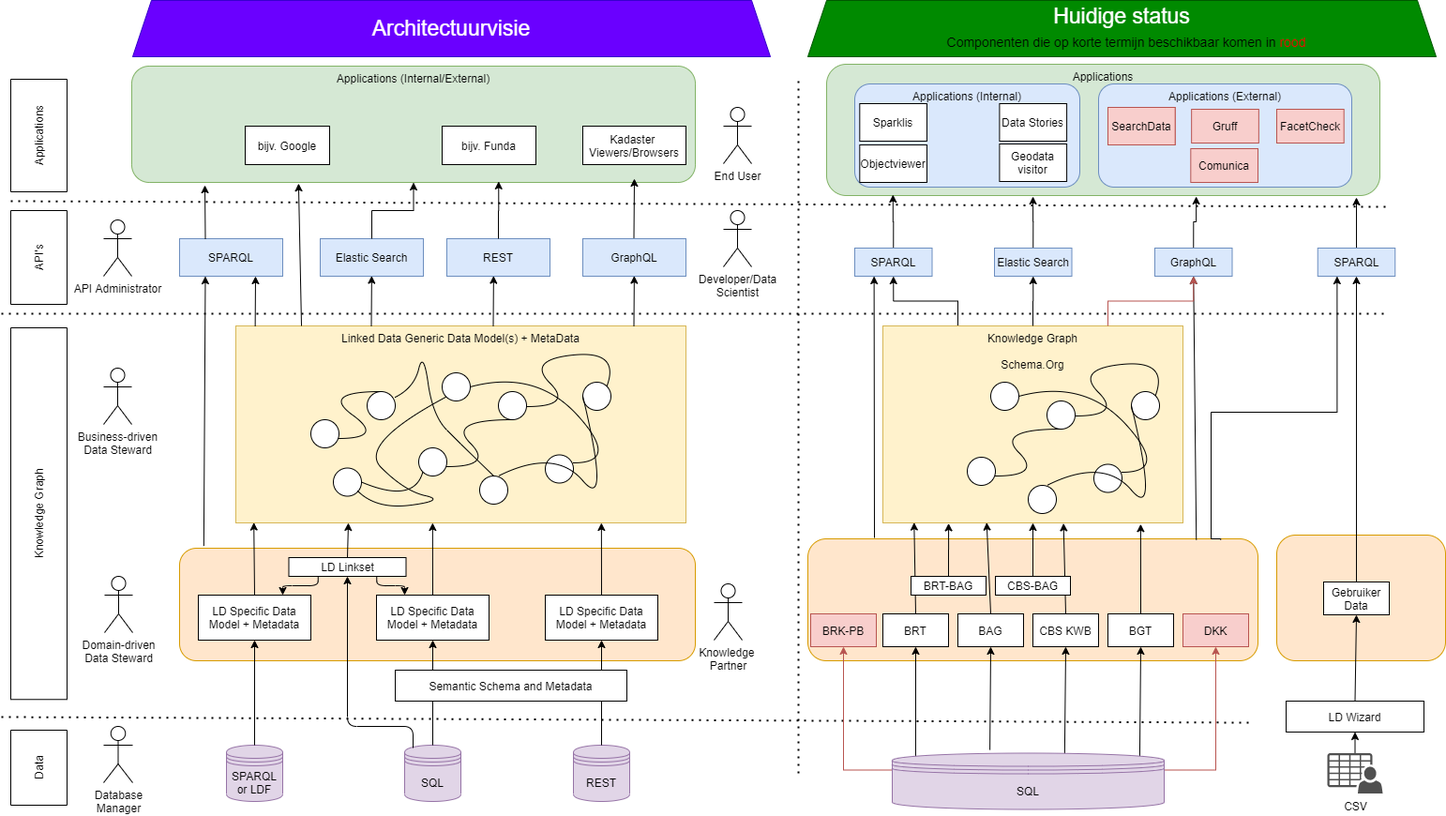
Before: demonstrators/architectuur-selfservice/images/selfservice-architecture progress.png, a diagram exported from draw.io (kadaster/labs.kadaster.nl). Source tidied: cells renumbered, new cells last; positions are measured from the earlier drawing's top-left corner, leaving out a move shared by most shapes.
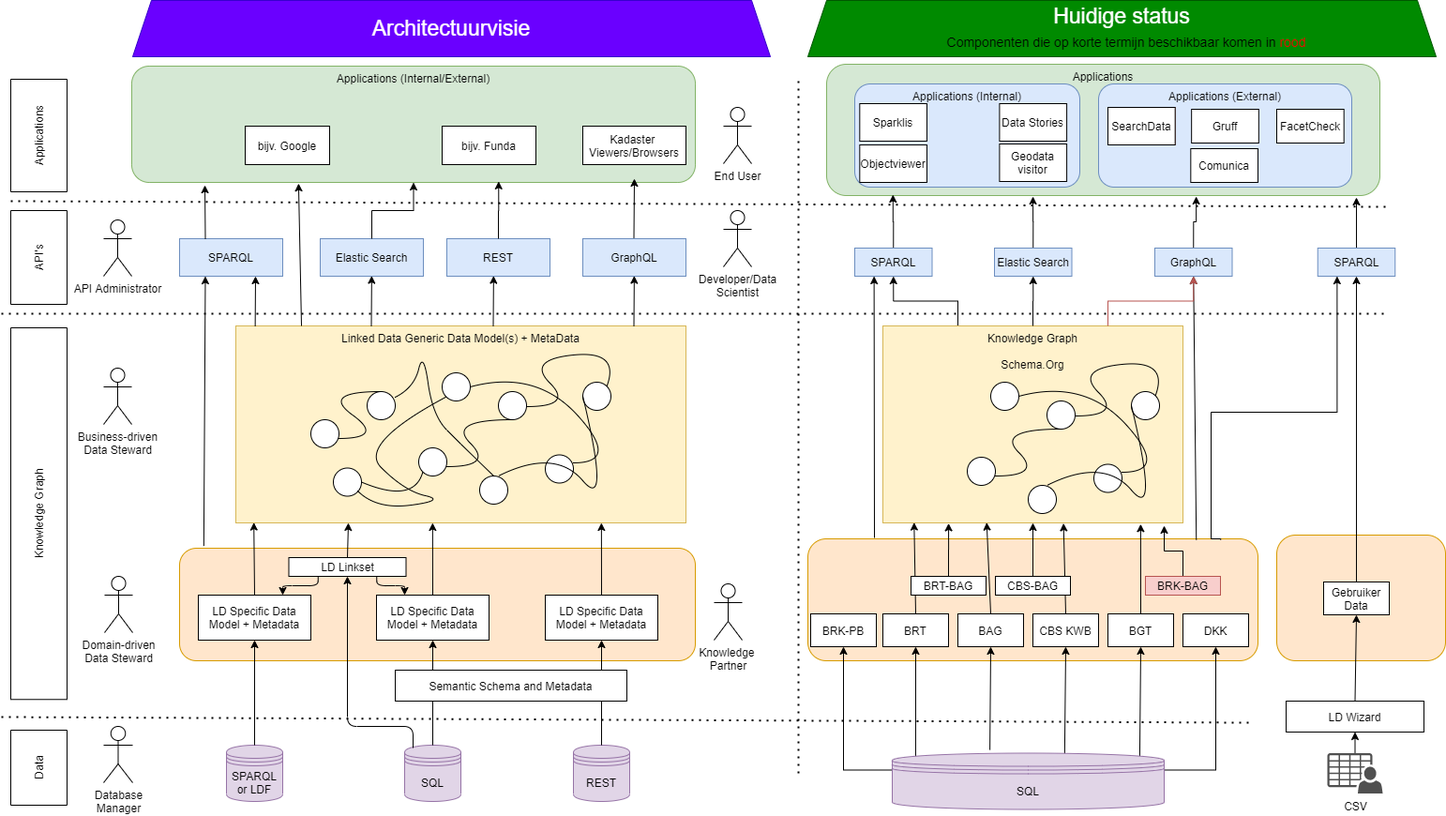
After the change.

The edit, as a diff of the source:
```diff
@@ -462,10 +462,10 @@
     <mxCell id="117" style="edgeStyle=orthogonalEdgeStyle;rounded=0;jettySize=auto;html=1;exitX=0.75;exitY=0;exitDx=0;exitDy=0;entryX=0.5;entryY=1;entryDx=0;entryDy=0;fillColor=#f8cecc;strokeColor=#B85450;" parent="70" edge="1" source="88" target="110">
       <mxGeometry relative="1" as="geometry" />
     </mxCell>
-    <mxCell id="118" style="edgeStyle=orthogonalEdgeStyle;rounded=0;jettySize=auto;html=1;exitX=0;exitY=0.3;exitDx=0;exitDy=0;strokeColor=#B85450;" parent="70" edge="1" source="120" target="136">
+    <mxCell id="118" style="edgeStyle=orthogonalEdgeStyle;rounded=0;jettySize=auto;html=1;exitX=0;exitY=0.3;exitDx=0;exitDy=0;" parent="70" edge="1" source="120" target="136">
       <mxGeometry relative="1" as="geometry" />
     </mxCell>
-    <mxCell id="119" style="edgeStyle=orthogonalEdgeStyle;rounded=0;jettySize=auto;html=1;exitX=1;exitY=0.3;exitDx=0;exitDy=0;entryX=0.5;entryY=1;entryDx=0;entryDy=0;strokeColor=#B85450;" parent="70" edge="1" source="120" target="135">
+    <mxCell id="119" style="edgeStyle=orthogonalEdgeStyle;rounded=0;jettySize=auto;html=1;exitX=1;exitY=0.3;exitDx=0;exitDy=0;entryX=0.5;entryY=1;entryDx=0;entryDy=0;" parent="70" edge="1" source="120" target="135">
       <mxGeometry relative="1" as="geometry" />
     </mxCell>
     <mxCell id="120" value="SQL" style="shape=datastore;whiteSpace=wrap;html=1;fillColor=#e1d5e7;strokeColor=#9673a6;" parent="70" vertex="1">
@@ -524,25 +524,25 @@
         </Array>
       </mxGeometry>
     </mxCell>
-    <mxCell id="135" value="DKK" style="rounded=0;whiteSpace=wrap;html=1;fillColor=#f8cecc;strokeColor=#b85450;" parent="70" vertex="1">
+    <mxCell id="135" value="DKK" style="rounded=0;whiteSpace=wrap;html=1;" parent="70" vertex="1">
       <mxGeometry x="1418" y="654" width="70" height="35" as="geometry" />
     </mxCell>
-    <mxCell id="136" value="BRK-PB" style="rounded=0;whiteSpace=wrap;html=1;fillColor=#f8cecc;strokeColor=#b85450;" parent="70" vertex="1">
+    <mxCell id="136" value="BRK-PB" style="rounded=0;whiteSpace=wrap;html=1;" parent="70" vertex="1">
       <mxGeometry x="1021" y="654" width="70" height="35" as="geometry" />
     </mxCell>
     <mxCell id="137" value="SearchData" style="rounded=0;whiteSpace=wrap;html=1;fillColor=#f8cecc;strokeColor=#b85450;" parent="70" vertex="1">
       <mxGeometry x="1338" y="114" width="71.7" height="40" as="geometry" />
     </mxCell>
-    <mxCell id="138" value="Gruff" style="rounded=0;whiteSpace=wrap;html=1;fillColor=#f8cecc;strokeColor=#b85450;" parent="70" vertex="1">
+    <mxCell id="138" value="Gruff" style="rounded=0;whiteSpace=wrap;html=1;" parent="70" vertex="1">
       <mxGeometry x="1427.2" y="116" width="71.7" height="36" as="geometry" />
     </mxCell>
-    <mxCell id="139" value="FacetCheck" style="rounded=0;whiteSpace=wrap;html=1;fillColor=#f8cecc;strokeColor=#b85450;" parent="70" vertex="1">
+    <mxCell id="139" value="FacetCheck" style="rounded=0;whiteSpace=wrap;html=1;" parent="70" vertex="1">
       <mxGeometry x="1518" y="116" width="71.7" height="36" as="geometry" />
     </mxCell>
-    <mxCell id="140" value="Comunica" style="rounded=0;whiteSpace=wrap;html=1;fillColor=#f8cecc;strokeColor=#b85450;" parent="70" vertex="1">
+    <mxCell id="140" value="Comunica" style="rounded=0;whiteSpace=wrap;html=1;" parent="70" vertex="1">
       <mxGeometry x="1426.3" y="158" width="71.7" height="36" as="geometry" />
     </mxCell>
-    <mxCell id="141" value="SearchData" style="rounded=0;whiteSpace=wrap;html=1;fillColor=#f8cecc;strokeColor=#b85450;" parent="70" vertex="1">
+    <mxCell id="141" value="SearchData" style="rounded=0;whiteSpace=wrap;html=1;" parent="70" vertex="1">
       <mxGeometry x="1338" y="114" width="71.7" height="40" as="geometry" />
     </mxCell>
     <mxCell id="142" value="Geodata&lt;br&gt;visitor" style="rounded=0;whiteSpace=wrap;html=1;" parent="70" vertex="1">
@@ -551,5 +551,13 @@
     <mxCell id="143" value="Data Stories" style="rounded=0;whiteSpace=wrap;html=1;" parent="70" vertex="1">
       <mxGeometry x="1222.4" y="110" width="71.7" height="40" as="geometry" />
     </mxCell>
+    <mxCell id="144" style="edgeStyle=orthogonalEdgeStyle;rounded=0;jettySize=auto;html=1;exitX=0.5;exitY=0;exitDx=0;exitDy=0;strokeColor=#000000;" parent="70" edge="1" source="145">
+      <mxGeometry relative="1" as="geometry">
+        <mxPoint x="1398" y="560" as="targetPoint" />
+      </mxGeometry>
+    </mxCell>
+    <mxCell id="145" value="BRK-BAG" style="rounded=0;whiteSpace=wrap;html=1;fillColor=#f8cecc;strokeColor=#b85450;" parent="70" vertex="1">
+      <mxGeometry x="1378" y="614" width="80" height="20" as="geometry" />
+    </mxCell>
   </root>
 </mxGraphModel>
```
